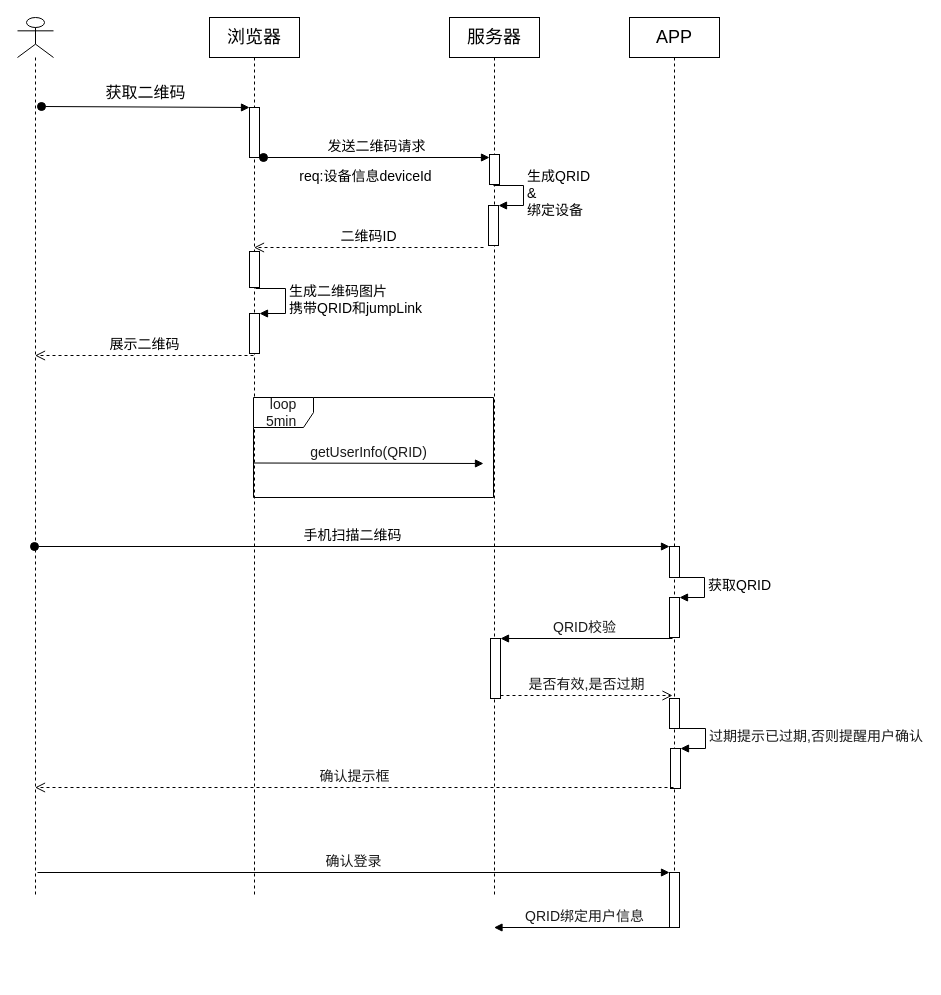
The draw.io diagram 二维码登录.drawio in ZhaoDaMing/note, before the edit. Source tidied: cells renumbered, new cells numbered last; positions are measured from the earlier drawing's top-left corner, leaving out a move shared by most shapes. Both pictures are drawn from the tidied source at 100%, with x=0, y=0 at pixel (17, 17).
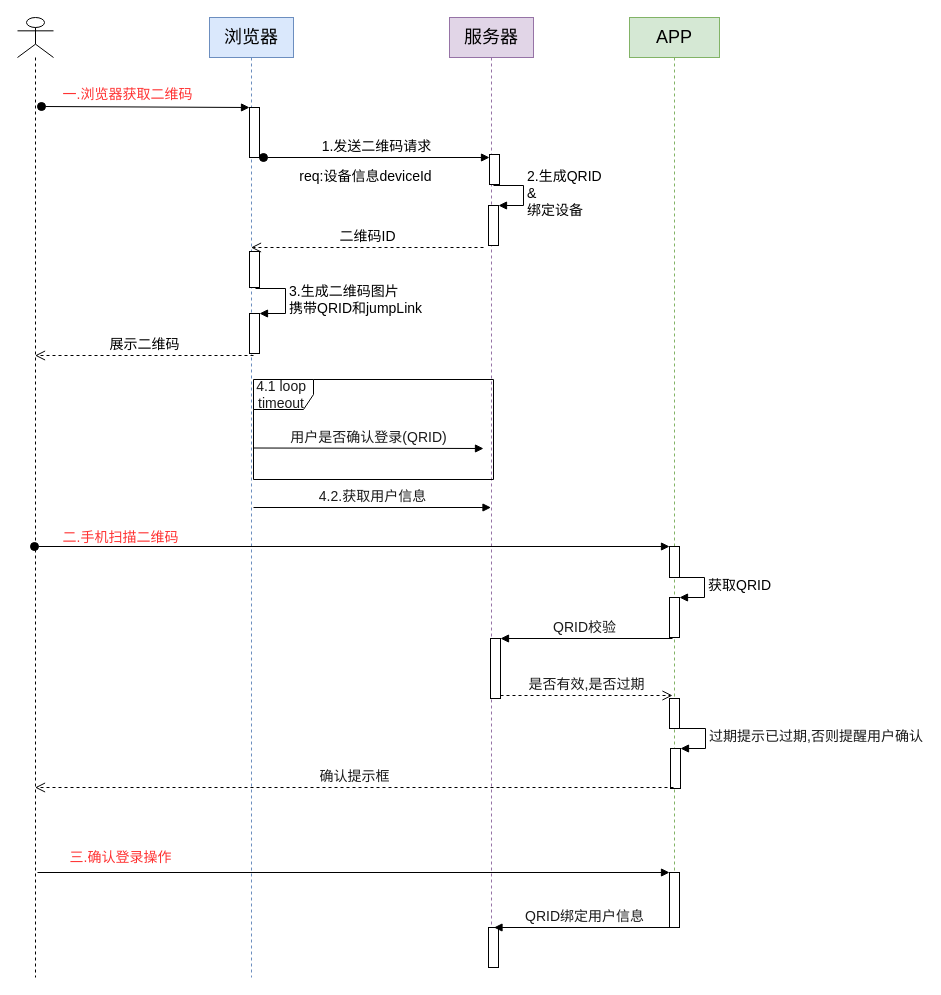
The same page after the edit.

Commit message:
Update 二维码登录.drawio

The change refers to these unchanged cells:
```xml
<mxCell id="4" style="html=1;points=[];perimeter=orthogonalPerimeter;fontSize=18;" parent="3" vertex="1">
  <mxGeometry x="40" y="90" width="10" height="50" as="geometry" />
</mxCell>
<mxCell id="6" style="html=1;points=[];perimeter=orthogonalPerimeter;fontSize=14;" parent="3" vertex="1">
  <mxGeometry x="40" y="296" width="10" height="40" as="geometry" />
</mxCell>
<mxCell id="9" style="html=1;points=[];perimeter=orthogonalPerimeter;fontSize=14;" parent="8" vertex="1">
  <mxGeometry x="39" y="188" width="10" height="40" as="geometry" />
</mxCell>
<mxCell id="12" style="html=1;points=[];perimeter=orthogonalPerimeter;fontSize=14;" parent="11" vertex="1">
  <mxGeometry x="40" y="529" width="10" height="31" as="geometry" />
</mxCell>
<mxCell id="16" style="html=1;points=[];perimeter=orthogonalPerimeter;fontSize=14;fontColor=#1A1A1A;" parent="11" vertex="1">
  <mxGeometry x="40" y="855" width="10" height="55" as="geometry" />
</mxCell>
<mxCell id="18" style="html=1;points=[];perimeter=orthogonalPerimeter;fontSize=14;" parent="1" vertex="1">
  <mxGeometry x="472" y="137" width="10" height="30" as="geometry" />
</mxCell>
```

What changed in the source:
```diff
@@
     <mxCell id="2" style="shape=umlLifeline;participant=umlActor;perimeter=lifelinePerimeter;whiteSpace=wrap;html=1;verticalAlign=top;spacingTop=36;" parent="1" vertex="1">
-      <mxGeometry width="36" height="880" as="geometry" />
+      <mxGeometry width="36" height="960" as="geometry" />
     </mxCell>
-    <mxCell id="3" value="&lt;font style=&quot;font-size: 18px&quot;&gt;浏览器&lt;/font&gt;" style="shape=umlLifeline;perimeter=lifelinePerimeter;whiteSpace=wrap;html=1;outlineConnect=0;" parent="1" vertex="1">
-      <mxGeometry x="192" width="90" height="880" as="geometry" />
+    <mxCell id="3" value="&lt;font style=&quot;font-size: 18px&quot;&gt;浏览器&lt;/font&gt;" style="shape=umlLifeline;perimeter=lifelinePerimeter;whiteSpace=wrap;html=1;outlineConnect=0;fillColor=#dae8fc;strokeColor=#6c8ebf;" parent="1" vertex="1">
+      <mxGeometry x="192" width="84" height="960" as="geometry" />
     </mxCell>
@@
-    <mxCell id="7" value="生成二维码图片&lt;br&gt;携带QRID和jumpLink" style="edgeStyle=orthogonalEdgeStyle;html=1;align=left;spacingLeft=2;endArrow=block;rounded=0;entryX=1;entryY=0;fontSize=14;" parent="3" edge="1" target="6">
+    <mxCell id="7" value="3.生成二维码图片&lt;br&gt;携带QRID和jumpLink" style="edgeStyle=orthogonalEdgeStyle;html=1;align=left;spacingLeft=2;endArrow=block;rounded=0;entryX=1;entryY=0;fontSize=14;" parent="3" edge="1" target="6">
       <mxGeometry relative="1" as="geometry">
         <mxPoint x="46" y="271" as="sourcePoint" />
         <Array as="points">
           <mxPoint x="76" y="271" />
         </Array>
       </mxGeometry>
     </mxCell>
+    <mxCell id="34" value="&lt;font color=&quot;#1a1a1a&quot;&gt;4.2.获取用户信息&lt;/font&gt;" style="html=1;verticalAlign=bottom;endArrow=block;rounded=0;fontSize=14;fontColor=#FF3333;" parent="3" edge="1" target="8">
+      <mxGeometry relative="1" as="geometry">
+        <mxPoint x="44" y="490" as="sourcePoint" />
+      </mxGeometry>
+    </mxCell>
-    <mxCell id="8" value="&lt;font style=&quot;font-size: 18px&quot;&gt;服务器&lt;/font&gt;" style="shape=umlLifeline;perimeter=lifelinePerimeter;whiteSpace=wrap;html=1;outlineConnect=0;" parent="1" vertex="1">
-      <mxGeometry x="432" width="90" height="880" as="geometry" />
+    <mxCell id="8" value="&lt;font style=&quot;font-size: 18px&quot;&gt;服务器&lt;/font&gt;" style="shape=umlLifeline;perimeter=lifelinePerimeter;whiteSpace=wrap;html=1;outlineConnect=0;fillColor=#e1d5e7;strokeColor=#9673a6;" parent="1" vertex="1">
+      <mxGeometry x="432" width="84" height="950" as="geometry" />
     </mxCell>
@@
-    <mxCell id="10" value="生成QRID&lt;br&gt;&amp;amp;&lt;br&gt;绑定设备" style="edgeStyle=orthogonalEdgeStyle;html=1;align=left;spacingLeft=2;endArrow=block;rounded=0;entryX=1;entryY=0;fontSize=14;" parent="8" edge="1" target="9">
+    <mxCell id="10" value="2.生成QRID&lt;br&gt;&amp;amp;&lt;br&gt;绑定设备" style="edgeStyle=orthogonalEdgeStyle;html=1;align=left;spacingLeft=2;endArrow=block;rounded=0;entryX=1;entryY=0;fontSize=14;" parent="8" edge="1" target="9">
       <mxGeometry relative="1" as="geometry">
         <mxPoint x="44" y="168" as="sourcePoint" />
         <Array as="points">
           <mxPoint x="74" y="168" />
         </Array>
       </mxGeometry>
     </mxCell>
+    <mxCell id="35" style="html=1;perimeter=orthogonalPerimeter;fontSize=14;fontColor=#1A1A1A;" parent="8" vertex="1">
+      <mxGeometry x="39" y="910" width="10" height="40" as="geometry" />
+    </mxCell>
-    <mxCell id="11" value="&lt;font style=&quot;font-size: 18px&quot;&gt;APP&lt;/font&gt;" style="shape=umlLifeline;perimeter=lifelinePerimeter;whiteSpace=wrap;html=1;" parent="1" vertex="1">
+    <mxCell id="11" value="&lt;font style=&quot;font-size: 18px&quot;&gt;APP&lt;/font&gt;" style="shape=umlLifeline;perimeter=lifelinePerimeter;whiteSpace=wrap;html=1;fillColor=#d5e8d4;strokeColor=#82b366;" parent="1" vertex="1">
       <mxGeometry x="612" width="90" height="880" as="geometry" />
     </mxCell>
@@
-    <mxCell id="17" value="&lt;font size=&quot;3&quot;&gt;获取二维码&lt;/font&gt;" style="html=1;verticalAlign=bottom;startArrow=oval;endArrow=block;startSize=8;rounded=0;fontSize=18;exitX=1.1;exitY=0.98;exitDx=0;exitDy=0;exitPerimeter=0;" parent="1" edge="1" target="4">
+    <mxCell id="17" style="html=1;verticalAlign=bottom;startArrow=oval;endArrow=block;startSize=8;rounded=0;fontSize=18;exitX=1.1;exitY=0.98;exitDx=0;exitDy=0;exitPerimeter=0;" parent="1" edge="1" target="4">
       <mxGeometry relative="1" as="geometry">
         <mxPoint x="24" y="89" as="sourcePoint" />
       </mxGeometry>
     </mxCell>
@@
-    <mxCell id="19" value="发送二维码请求" style="html=1;verticalAlign=bottom;startArrow=oval;endArrow=block;startSize=8;rounded=0;fontSize=14;" parent="1" edge="1" target="18">
+    <mxCell id="19" value="1.发送二维码请求" style="html=1;verticalAlign=bottom;startArrow=oval;endArrow=block;startSize=8;rounded=0;fontSize=14;" parent="1" edge="1" target="18">
       <mxGeometry relative="1" as="geometry">
         <mxPoint x="246" y="140" as="sourcePoint" />
       </mxGeometry>
     </mxCell>
@@
-    <mxCell id="23" value="手机扫描二维码" style="html=1;verticalAlign=bottom;startArrow=oval;endArrow=block;startSize=8;rounded=0;fontSize=14;" parent="1" edge="1" target="12">
+    <mxCell id="23" style="html=1;verticalAlign=bottom;startArrow=oval;endArrow=block;startSize=8;rounded=0;fontSize=14;" parent="1" edge="1" target="12">
       <mxGeometry relative="1" as="geometry">
         <mxPoint x="17" y="529" as="sourcePoint" />
       </mxGeometry>
     </mxCell>
@@
-    <mxCell id="30" value="确认登录" style="html=1;verticalAlign=bottom;endArrow=block;entryX=0;entryY=0;rounded=0;fontSize=14;fontColor=#1A1A1A;" parent="1" edge="1" target="16">
+    <mxCell id="30" style="html=1;verticalAlign=bottom;endArrow=block;entryX=0;entryY=0;rounded=0;fontSize=14;fontColor=#1A1A1A;" parent="1" edge="1" target="16">
       <mxGeometry relative="1" as="geometry">
         <mxPoint x="20" y="855" as="sourcePoint" />
       </mxGeometry>
     </mxCell>
@@
-    <mxCell id="32" value="loop 5min&amp;nbsp;" style="shape=umlFrame;whiteSpace=wrap;html=1;fontSize=14;fontColor=#1A1A1A;" parent="1" vertex="1">
-      <mxGeometry x="236" y="380" width="240" height="100" as="geometry" />
+    <mxCell id="32" value="4.1 loop&amp;nbsp;&lt;br&gt;timeout&amp;nbsp;" style="shape=umlFrame;whiteSpace=wrap;html=1;fontSize=14;fontColor=#1A1A1A;" parent="1" vertex="1">
+      <mxGeometry x="236" y="362" width="240" height="100" as="geometry" />
     </mxCell>
-    <mxCell id="33" value="getUserInfo(QRID)" style="html=1;verticalAlign=bottom;endArrow=block;rounded=0;fontSize=14;fontColor=#1A1A1A;" parent="1" edge="1">
+    <mxCell id="33" value="用户是否确认登录(QRID)" style="html=1;verticalAlign=bottom;endArrow=block;rounded=0;fontSize=14;fontColor=#1A1A1A;" parent="1" edge="1">
       <mxGeometry relative="1" as="geometry">
-        <mxPoint x="236" y="445.5" as="sourcePoint" />
-        <mxPoint x="466" y="446" as="targetPoint" />
+        <mxPoint x="236" y="430.5" as="sourcePoint" />
+        <mxPoint x="466" y="431" as="targetPoint" />
       </mxGeometry>
     </mxCell>
+    <mxCell id="36" value="&lt;span style=&quot;background-color: rgb(255 , 255 , 255)&quot;&gt;&lt;font color=&quot;#ff3333&quot;&gt;二.手机扫描二维码&lt;/font&gt;&lt;/span&gt;" style="text;html=1;align=center;verticalAlign=middle;strokeColor=none;fillColor=none;fontSize=14;fontColor=#1A1A1A;" parent="1" vertex="1">
+      <mxGeometry x="38" y="510" width="130" height="20" as="geometry" />
+    </mxCell>
+    <mxCell id="37" value="&lt;span style=&quot;background-color: rgb(255 , 255 , 255)&quot;&gt;&lt;font color=&quot;#ff3333&quot;&gt;一.浏览器获取二维码&lt;/font&gt;&lt;/span&gt;" style="text;html=1;align=center;verticalAlign=middle;strokeColor=none;fillColor=none;fontSize=14;fontColor=#1A1A1A;" parent="1" vertex="1">
+      <mxGeometry x="35" y="67" width="150" height="20" as="geometry" />
+    </mxCell>
+    <mxCell id="38" value="&lt;span style=&quot;background-color: rgb(255 , 255 , 255)&quot;&gt;&lt;font color=&quot;#ff3333&quot;&gt;三.确认登录操作&lt;/font&gt;&lt;/span&gt;" style="text;html=1;align=center;verticalAlign=middle;strokeColor=none;fillColor=none;fontSize=14;fontColor=#1A1A1A;" parent="1" vertex="1">
+      <mxGeometry x="43" y="830" width="120" height="20" as="geometry" />
+    </mxCell>
```
